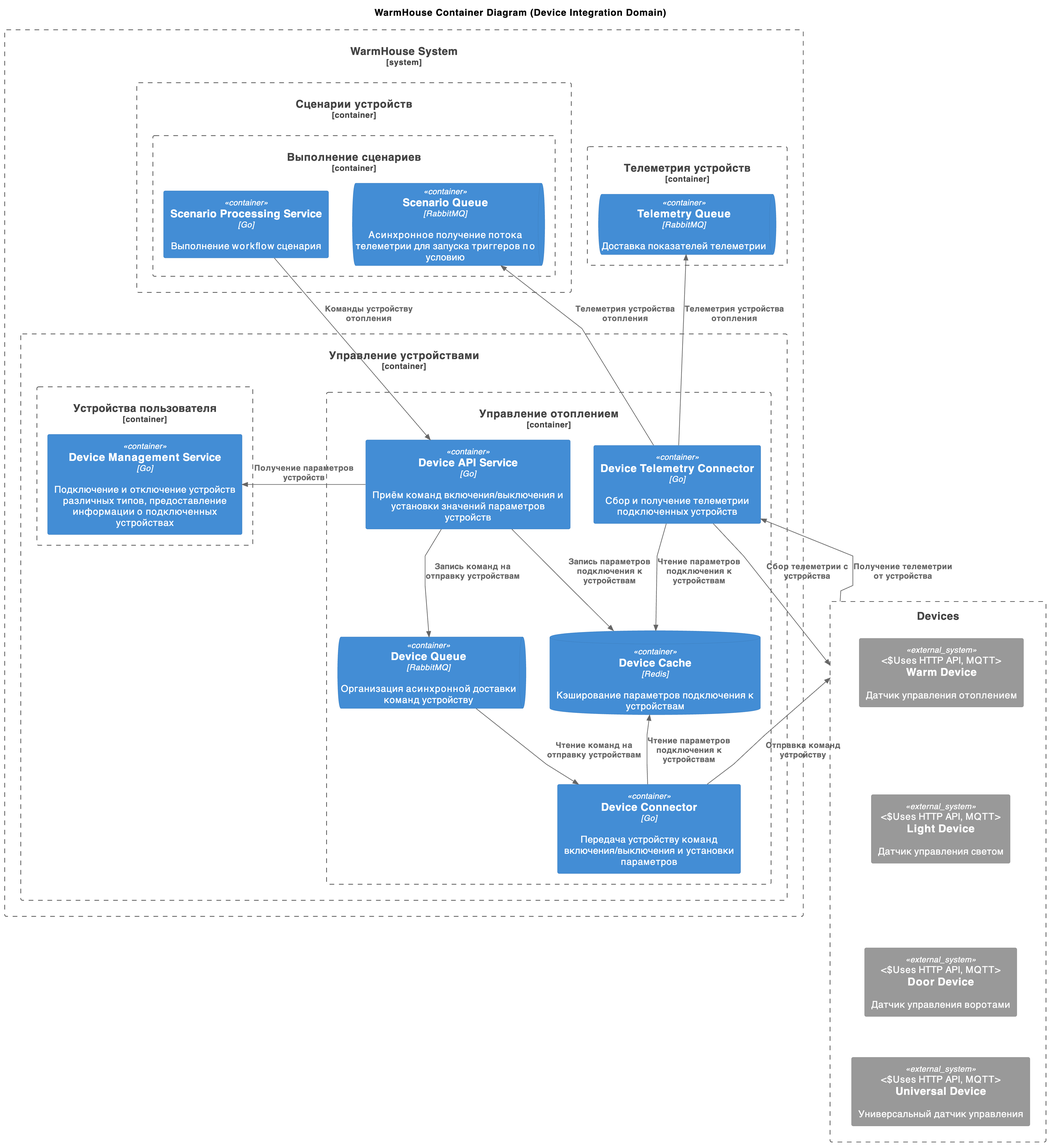
Before: diagrams/container/WarmHouse_Container_DeviceIntegrationDomain.png, a diagram exported from PlantUML (oreshkanet/ya-architecture-pro-warmhouse). Its source is kept beside it as diagrams/container/WarmHouse_Container_DeviceIntegrationDomain.puml. The source it was exported from:
```plantuml
@startuml WarmHouse_Container_DeviceIntegrationDomain
title WarmHouse Container Diagram (Device Integration Domain)

!include ../c4/C4_Container.puml

skinparam wrapWidth 300
skinparam linetype polyline

Boundary(Devices, "Devices") {
    System_Ext(WarmDevice, "Warm Device", "Датчик управления отоплением", "Uses HTTP API, MQTT")
    System_Ext(LightDevice, "Light Device", "Датчик управления светом", "Uses HTTP API, MQTT")
    System_Ext(DoorDevice, "Door Device", "Датчик управления воротами", "Uses HTTP API, MQTT")
    System_Ext(UniversalDevice, "Universal Device", "Универсальный датчик управления", "Uses HTTP API, MQTT")

    Lay_D(WarmDevice, LightDevice)
    Lay_D(LightDevice, DoorDevice)
    Lay_D(DoorDevice, UniversalDevice)
}

System_Boundary(WarmHouseSystem, "WarmHouse System") {
    Container_Boundary(DeviceDomain, "Управление устройствами") {
        Container_Boundary(UserDeviceDomain, "Устройства пользователя") {
            Container(DeviceManagementService, "Device Management Service", "Go", "Подключение и отключение устройств различных типов, предоставление информации о подключенных устройствах")
        }

        Container_Boundary(DeviceIntegrationDomain, "Управление отоплением") {
            Container(DeviceAPIService, "Device API Service", "Go", "Приём команд включения/выключения и установки значений параметров устройств")
            ContainerQueue(DeviceQueue, "Device Queue", "RabbitMQ", "Организация асинхронной доставки команд устройству")
            ContainerDb(DeviceCache, "Device Cache", "Redis", "Кэширование параметров подключения к устройствам")
            Container(DeviceConnector, "Device Connector", "Go", "Передача устройству команд включения/выключения и установки параметров")
            Container(DeviceTelemetryConnector, "Device Telemetry Connector", "Go", "Сбор и получение телеметрии подключенных устройств")

            Rel(DeviceAPIService, DeviceCache, "Запись параметров подключения к устройствам")
            Rel(DeviceAPIService, DeviceQueue, "Запись команд на отправку устройствам")
            Rel_U(DeviceConnector, DeviceCache, "Чтение параметров подключения к устройствам")
            Rel(DeviceTelemetryConnector, DeviceCache, "Чтение параметров подключения к устройствам")
            Rel(DeviceQueue, DeviceConnector, "Чтение команд на отправку устройствам")
        }
    }

    Container_Boundary(ScenarioDomain, "Сценарии устройств") {
        Container_Boundary(ScenarioProcessingDomain, "Выполнение сценариев") {
            Container(ScenarioProcessingService, "Scenario Processing Service", "Go", "Выполнение workflow сценария")
            ContainerQueue(ScenarioQueueService, "Scenario Queue", "RabbitMQ", "Асинхронное получение потока телеметрии для запуска триггеров по условию")
        }
    }

    Container_Boundary(TelemetryDomain, "Телеметрия устройств") {
        ContainerQueue(TelemetryQueueService, "Telemetry Queue", "RabbitMQ", "Доставка показателей телеметрии")
    }
}

Rel(DeviceConnector, Devices, "Отправка команд устройству")
Rel(DeviceTelemetryConnector, Devices, "Сбор телеметрии с устройства")
Rel(Devices, DeviceTelemetryConnector, "Получение телеметрии от устройства")

Rel_L(DeviceAPIService, DeviceManagementService, "Получение параметров устройств")

Rel_U(DeviceTelemetryConnector, ScenarioQueueService, "Телеметрия устройства отопления")
Rel_D(ScenarioProcessingService, DeviceAPIService, "Команды устройству отопления")

Rel_U(DeviceTelemetryConnector, TelemetryQueueService, "Телеметрия устройства отопления")


@enduml
```
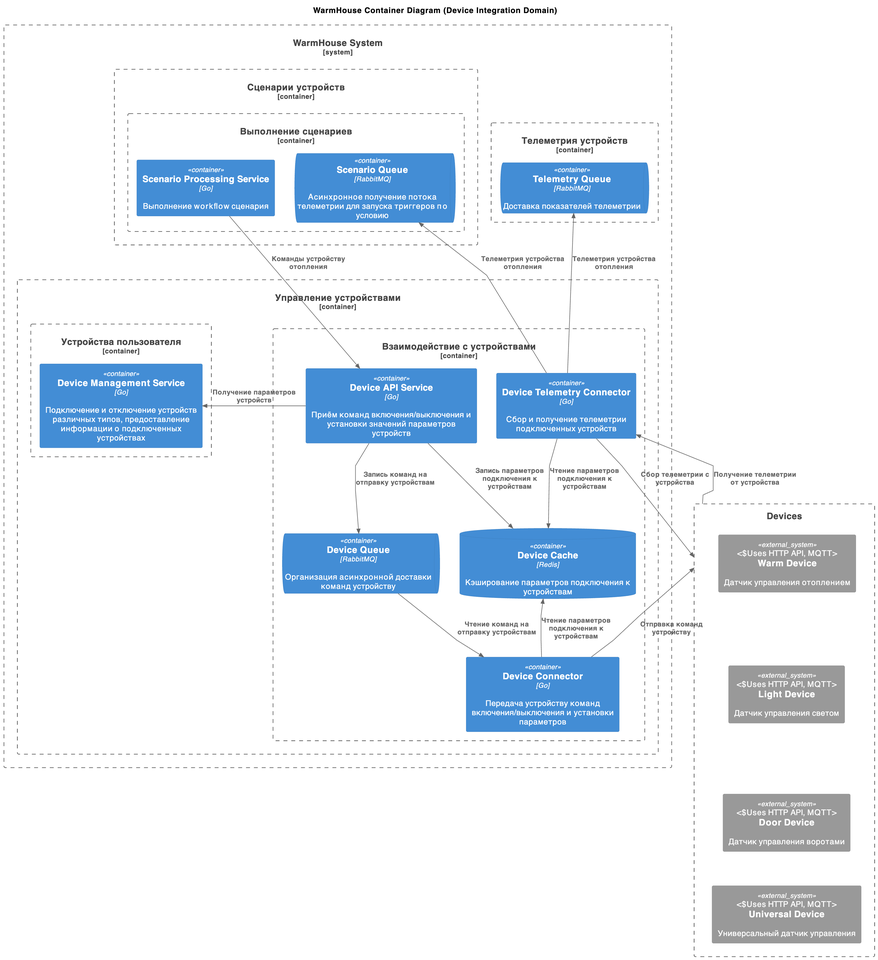
The same diagram one commit later.

Commit message:
Fix WarmHouse_Container_DeviceIntegrationDomain

Diff of the diagram source:
```diff
@@ -23,7 +23,7 @@
             Container(DeviceManagementService, "Device Management Service", "Go", "Подключение и отключение устройств различных типов, предоставление информации о подключенных устройствах")
         }
 
-        Container_Boundary(DeviceIntegrationDomain, "Управление отоплением") {
+        Container_Boundary(DeviceIntegrationDomain, "Взаимодействие с устройствами") {
             Container(DeviceAPIService, "Device API Service", "Go", "Приём команд включения/выключения и установки значений параметров устройств")
             ContainerQueue(DeviceQueue, "Device Queue", "RabbitMQ", "Организация асинхронной доставки команд устройству")
             ContainerDb(DeviceCache, "Device Cache", "Redis", "Кэширование параметров подключения к устройствам")
```
